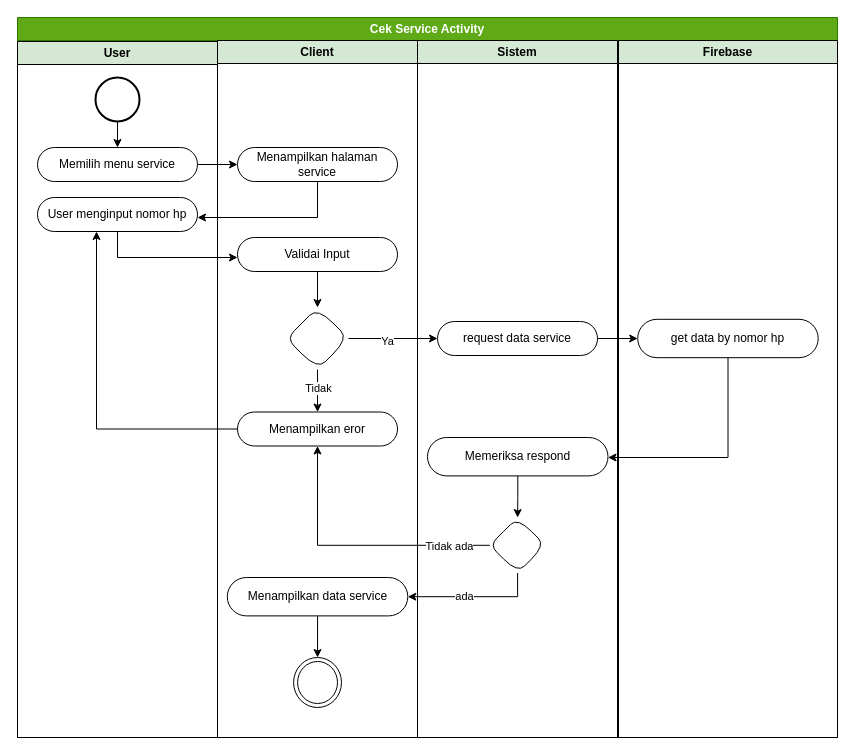
This is page "activiti service user" (14 of 31) of skrpsian.drawio from ThikerXCX/umltoko, a draw.io file, before an edit. Source tidied: cells renumbered, new cells numbered last; positions are measured from the earlier drawing's top-left corner, leaving out a move shared by most shapes. Both pictures are drawn from the tidied source at 100%, with x=0, y=0 at pixel (17, 17).
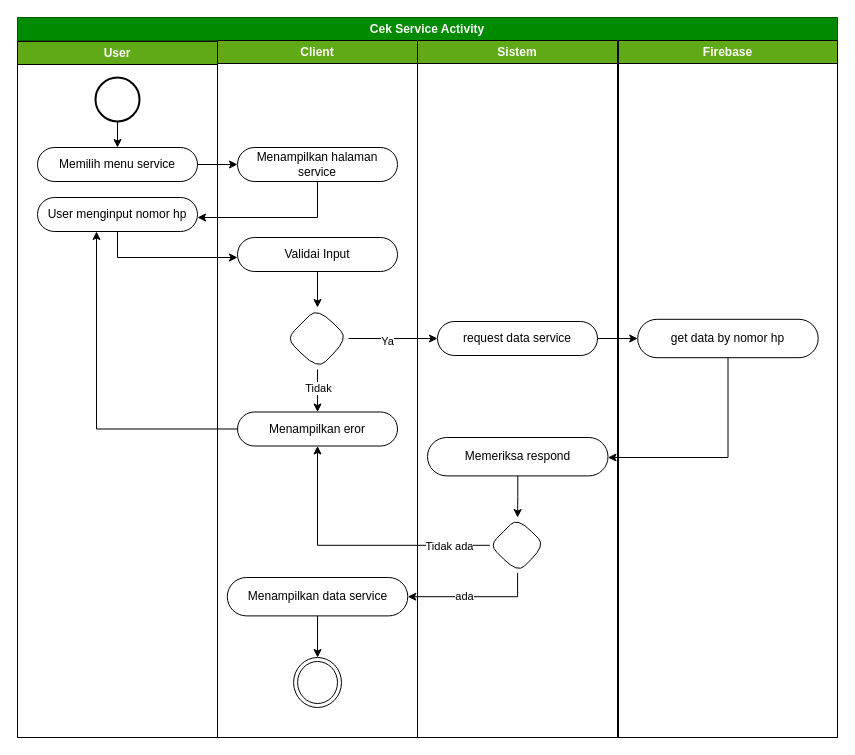
The same diagram, later.

What changed in the source:
```diff
@@
-    <mxCell id="2" value="Cek Service Activity" style="swimlane;whiteSpace=wrap;html=1;fillColor=#60a917;fontColor=#ffffff;strokeColor=#2D7600;" parent="1" vertex="1">
+    <mxCell id="2" value="Cek Service Activity" style="swimlane;whiteSpace=wrap;html=1;fillColor=#008a00;fontColor=#ffffff;strokeColor=#005700;" parent="1" vertex="1">
       <mxGeometry width="820" height="720" as="geometry" />
     </mxCell>
-    <mxCell id="3" value="User" style="swimlane;whiteSpace=wrap;html=1;fillColor=#d5e8d4;strokeColor=#000000;" parent="2" vertex="1">
+    <mxCell id="3" value="User" style="swimlane;whiteSpace=wrap;html=1;fillColor=#60a917;strokeColor=#000000;fontColor=#ffffff;" parent="2" vertex="1">
       <mxGeometry y="24" width="200" height="696" as="geometry" />
     </mxCell>
@@
-    <mxCell id="8" value="Client" style="swimlane;whiteSpace=wrap;html=1;fillColor=#d5e8d4;startSize=23;strokeColor=#000000;" parent="2" vertex="1">
+    <mxCell id="8" value="Client" style="swimlane;whiteSpace=wrap;html=1;fillColor=#60a917;startSize=23;strokeColor=#000000;fontColor=#ffffff;" parent="2" vertex="1">
       <mxGeometry x="200" y="23" width="200" height="697" as="geometry" />
     </mxCell>
@@
-    <mxCell id="29" value="Sistem" style="swimlane;whiteSpace=wrap;html=1;fillColor=#d5e8d4;startSize=23;strokeColor=#000000;" parent="2" vertex="1">
+    <mxCell id="29" value="Sistem" style="swimlane;whiteSpace=wrap;html=1;fillColor=#60a917;startSize=23;strokeColor=#000000;fontColor=#ffffff;" parent="2" vertex="1">
       <mxGeometry x="400" y="23" width="200" height="697" as="geometry" />
     </mxCell>
@@
-    <mxCell id="34" value="Firebase" style="swimlane;whiteSpace=wrap;html=1;fillColor=#d5e8d4;strokeColor=#000000;" parent="2" vertex="1">
+    <mxCell id="34" value="Firebase" style="swimlane;whiteSpace=wrap;html=1;fillColor=#60a917;strokeColor=#000000;fontColor=#ffffff;" parent="2" vertex="1">
       <mxGeometry x="601" y="23" width="219" height="697" as="geometry" />
     </mxCell>
```
